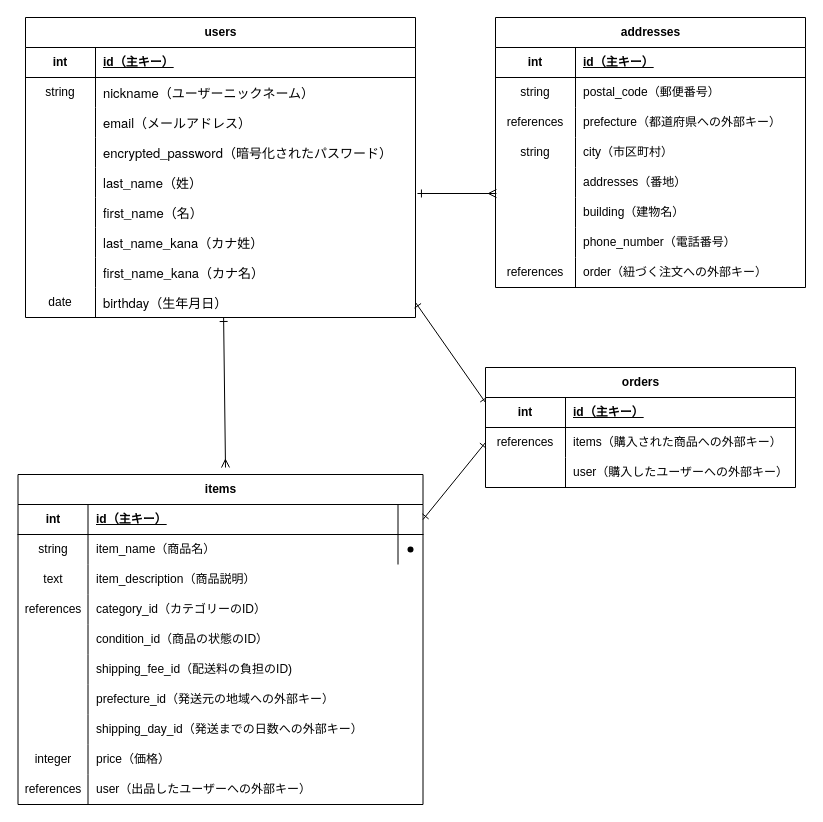
Earlier version of the draw.io diagram er.dio (kometsubu06/furima-46257). Source tidied: cells renumbered, new cells numbered last; positions are measured from the earlier drawing's top-left corner, leaving out a move shared by most shapes. Both pictures are drawn from the tidied source at 100%, with x=0, y=0 at pixel (17, 17).
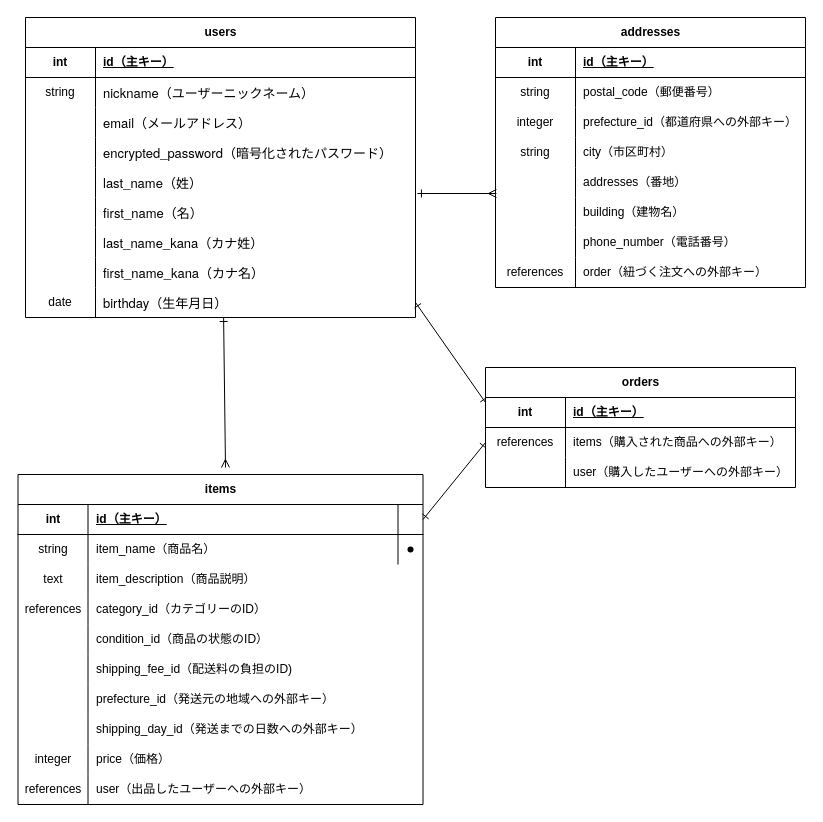
The same diagram, later.

Commit message (it also covers changes not shown here):
データベース設計修正2

The change refers to these unchanged cells:
```xml
<mxCell id="80" style="shape=tableRow;horizontal=0;startSize=0;swimlaneHead=0;swimlaneBody=0;fillColor=none;top=0;left=0;right=0;bottom=0;" parent="73" vertex="1">
  <mxGeometry y="90" width="310" height="30" as="geometry" />
</mxCell>
```

What changed in the source:
```diff
@@
-    <mxCell id="81" value="references" style="shape=partialRectangle;fillColor=none;top=0;left=0;bottom=0;right=0;overflow=hidden;whiteSpace=wrap;html=1;" parent="80" vertex="1">
+    <mxCell id="81" value="integer" style="shape=partialRectangle;fillColor=none;top=0;left=0;bottom=0;right=0;overflow=hidden;whiteSpace=wrap;html=1;" parent="80" vertex="1">
       <mxGeometry width="80" height="30" as="geometry" />
     </mxCell>
-    <mxCell id="82" value="prefecture（都道府県への外部キー）" style="shape=partialRectangle;fillColor=none;top=0;left=0;bottom=0;right=0;align=left;spacingLeft=6;overflow=hidden;whiteSpace=wrap;html=1;" parent="80" vertex="1">
+    <mxCell id="82" value="prefecture_id（都道府県への外部キー）" style="shape=partialRectangle;fillColor=none;top=0;left=0;bottom=0;right=0;align=left;spacingLeft=6;overflow=hidden;whiteSpace=wrap;html=1;" parent="80" vertex="1">
       <mxGeometry x="80" width="230" height="30" as="geometry" />
     </mxCell>
```
